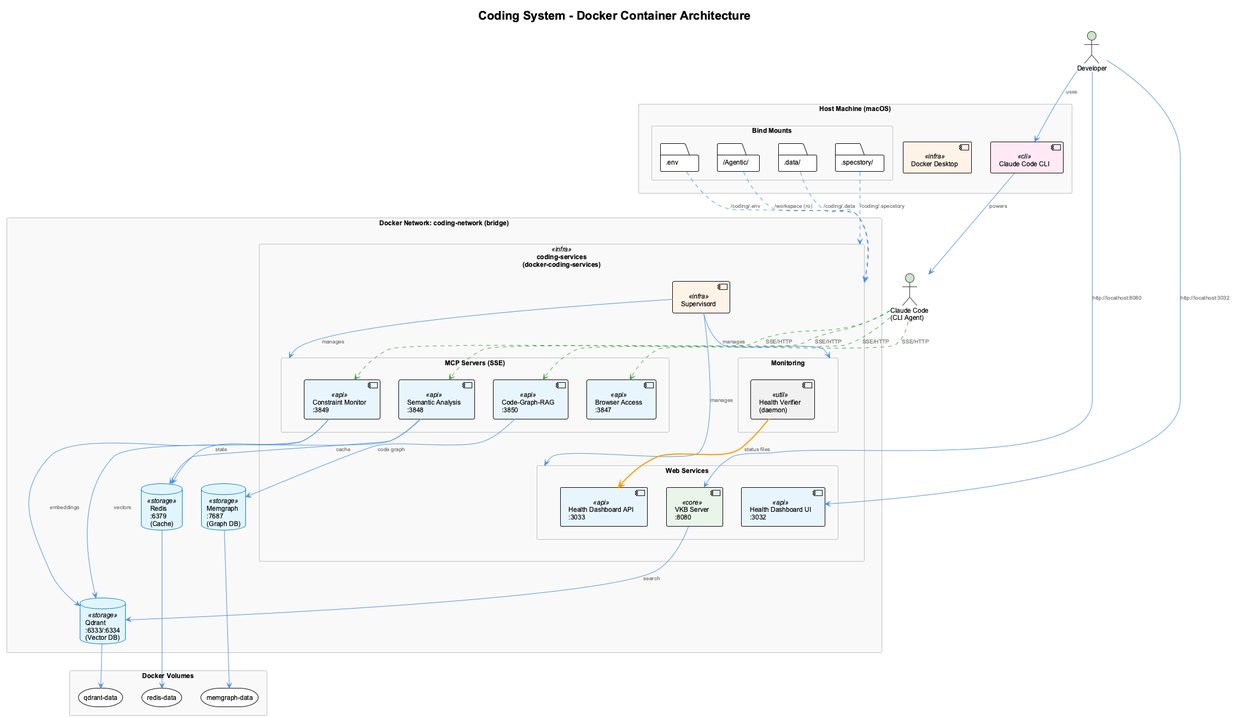
Above: docs-content/images/dockerized-system-architecture.png in fwornle/coding (PlantUML), before the change.
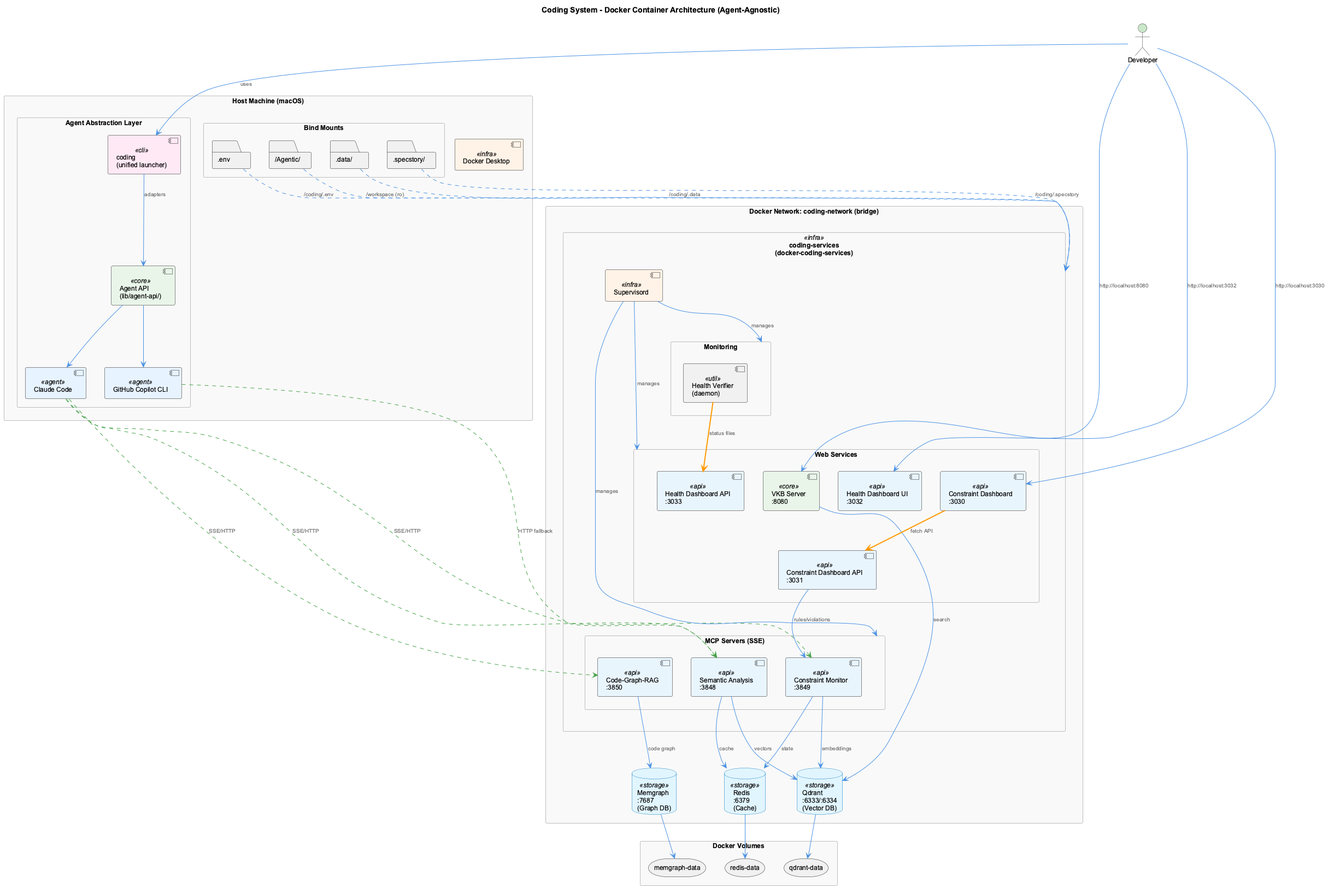
The same file after the commit.

The edit, as a diff of the source:
```diff
@@ -1,16 +1,21 @@
 @startuml dockerized-system-architecture
 !include _standard-style.puml
 
-title Coding System - Docker Container Architecture
+title Coding System - Docker Container Architecture (Agent-Agnostic)
 
 top to bottom direction
 
 actor "Developer" as dev
-actor "Claude Code\n(CLI Agent)" as claude
 
 rectangle "Host Machine (macOS)" as host {
   component "Docker Desktop" <<infra>> as docker
-  component "Claude Code CLI" <<cli>> as cli
+
+  rectangle "Agent Abstraction Layer" as agent_layer {
+    component "coding\n(unified launcher)" <<cli>> as launcher
+    component "Claude Code" <<agent>> as claude
+    component "GitHub Copilot CLI" <<agent>> as copilot
+    component "Agent API\n(lib/agent-api/)" <<core>> as agentapi
+  }
 
   rectangle "Bind Mounts" as mounts {
     folder ".data/" as data_mount
@@ -27,7 +32,6 @@
 
     rectangle "MCP Servers (SSE)" as mcp_group {
       component "Semantic Analysis\n:3848" <<api>> as sem
-      component "Browser Access\n:3847" <<api>> as browser
       component "Constraint Monitor\n:3849" <<api>> as constraint
       component "Code-Graph-RAG\n:3850" <<api>> as cgr
     }
@@ -36,6 +40,8 @@
       component "VKB Server\n:8080" <<core>> as vkb
       component "Health Dashboard API\n:3033" <<api>> as health_api
       component "Health Dashboard UI\n:3032" <<api>> as health_ui
+      component "Constraint Dashboard\n:3030" <<api>> as cdash
+      component "Constraint Dashboard API\n:3031" <<api>> as cdash_api
     }
 
     rectangle "Monitoring" as mon_group {
@@ -54,14 +60,17 @@
   storage "memgraph-data" as mvol
 }
 
-dev --> cli : uses
-cli --> claude : powers
+dev --> launcher : uses
+launcher --> agentapi : adapters
+agentapi --> claude
+agentapi --> copilot
 claude ASYNC_LINE sem : "SSE/HTTP"
-claude ASYNC_LINE browser : "SSE/HTTP"
 claude ASYNC_LINE constraint : "SSE/HTTP"
 claude ASYNC_LINE cgr : "SSE/HTTP"
+copilot ASYNC_LINE sem : "HTTP fallback"
 
 dev --> health_ui : "http://localhost:3032"
+dev --> cdash : "http://localhost:3030"
 dev --> vkb : "http://localhost:8080"
 
 supervisor --> mcp_group : manages
@@ -74,6 +83,8 @@
 vkb --> qdrant : "search"
 constraint --> qdrant : "embeddings"
 constraint --> redis : "state"
+cdash_api --> constraint : "rules/violations"
+cdash DATA_LINE cdash_api : "fetch API"
 verifier DATA_LINE health_api : "status files"
 
 qdrant --> qvol
```
